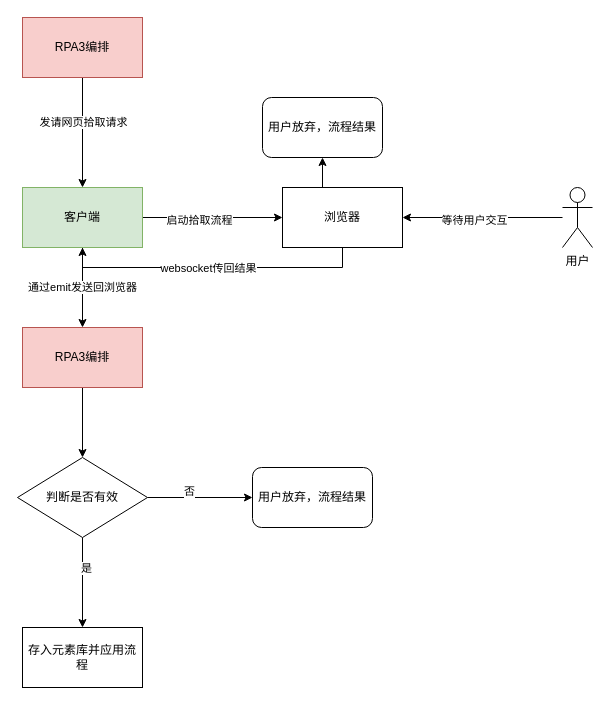
Above: 元素采集流程.drawio in hijimo/flow-pics (draw.io), before the change. Source tidied: cells renumbered, new cells numbered last; positions are measured from the earlier drawing's top-left corner, leaving out a move shared by most shapes. Both pictures are drawn from the tidied source at 100%, with x=0, y=0 at pixel (17, 17).
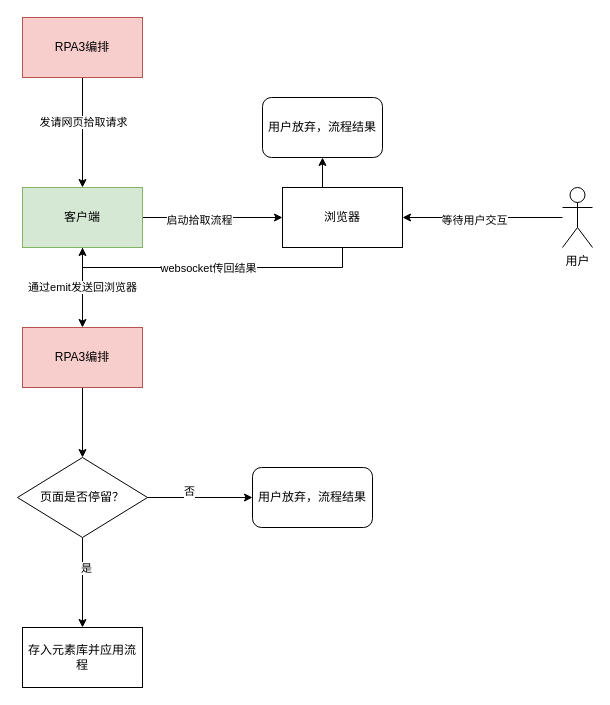
The same diagram, later.

Commit message (it also covers changes not shown here):
更新元素采集流程.drawio

What changed in the source:
```diff
@@
-    <mxCell id="23" value="判断是否有效" style="rhombus;whiteSpace=wrap;html=1;rounded=0;" parent="1" vertex="1">
+    <mxCell id="23" value="页面是否停留？" style="rhombus;whiteSpace=wrap;html=1;rounded=0;" parent="1" vertex="1">
       <mxGeometry y="440" width="130" height="80" as="geometry" />
     </mxCell>
```
